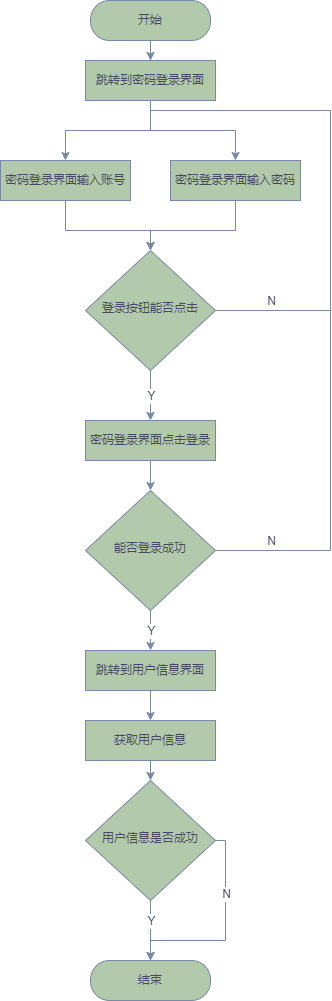
This is x9hp/人脸录入流程图.png from notigit/Image, a draw.io export, as it was before one commit. Source tidied: cells renumbered, new cells last; positions are measured from the earlier drawing's top-left corner, leaving out a move shared by most shapes.
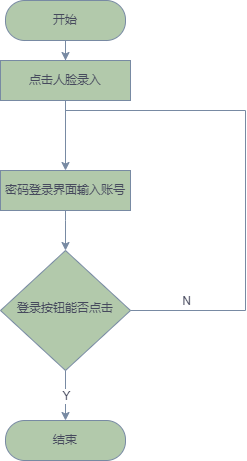
Above is the later version.

Commit message:
更新人脸录入流程图.png

Change to the diagram source:
```diff
@@ -5,9 +5,6 @@
     <mxCell id="2" style="rounded=0;html=1;jettySize=auto;fontSize=11;endArrow=classic;endFill=1;strokeWidth=1;shadow=0;labelBackgroundColor=none;edgeStyle=orthogonalEdgeStyle;strokeColor=#788AA3;fontColor=#46495D;entryX=0.5;entryY=0;entryDx=0;entryDy=0;exitX=0.5;exitY=1;exitDx=0;exitDy=0;" parent="1" edge="1" source="31" target="10">
       <mxGeometry relative="1" as="geometry" />
     </mxCell>
-    <mxCell id="3" style="edgeStyle=orthogonalEdgeStyle;rounded=0;jettySize=auto;html=1;entryX=0.5;entryY=0;entryDx=0;entryDy=0;fontColor=#46495D;startArrow=none;startFill=0;endArrow=classic;endFill=1;strokeColor=#788AA3;fillColor=#B2C9AB;exitX=0.5;exitY=1;exitDx=0;exitDy=0;" parent="1" edge="1" source="31" target="12">
-      <mxGeometry relative="1" as="geometry" />
-    </mxCell>
     <mxCell id="4" style="edgeStyle=orthogonalEdgeStyle;rounded=0;jettySize=auto;html=1;entryX=0.5;entryY=0;entryDx=0;entryDy=0;fontColor=#46495D;startArrow=none;startFill=0;endArrow=classic;endFill=1;strokeColor=#788AA3;fillColor=#B2C9AB;" parent="1" edge="1" source="5" target="31">
       <mxGeometry relative="1" as="geometry" />
     </mxCell>
@@ -17,55 +14,28 @@
     <mxCell id="6" value="登录按钮能否点击" style="rhombus;whiteSpace=wrap;html=1;shadow=0;fontFamily=Helvetica;fontSize=12;align=center;strokeWidth=1;spacing=6;spacingTop=-4;fillColor=#B2C9AB;strokeColor=#788AA3;fontColor=#46495D;rounded=0;" parent="1" vertex="1">
       <mxGeometry x="85" y="250" width="130" height="120" as="geometry" />
     </mxCell>
-    <mxCell id="7" style="edgeStyle=orthogonalEdgeStyle;rounded=0;jettySize=auto;html=1;fontColor=#46495D;startArrow=none;startFill=0;endArrow=none;endFill=0;strokeColor=#788AA3;fillColor=#B2C9AB;" parent="1" edge="1" source="8" target="26">
-      <mxGeometry relative="1" as="geometry" />
-    </mxCell>
     <mxCell id="8" value="结束" style="rounded=1;whiteSpace=wrap;html=1;fontSize=12;glass=0;strokeWidth=1;shadow=0;fillColor=#B2C9AB;strokeColor=#788AA3;fontColor=#46495D;arcSize=48;" parent="1" vertex="1">
-      <mxGeometry x="90" y="960" width="120" height="40" as="geometry" />
+      <mxGeometry x="90" y="420" width="120" height="40" as="geometry" />
     </mxCell>
     <mxCell id="9" style="edgeStyle=orthogonalEdgeStyle;rounded=0;jettySize=auto;html=1;fontColor=#46495D;startArrow=none;startFill=0;endArrow=classic;endFill=1;strokeColor=#788AA3;fillColor=#B2C9AB;exitX=0.5;exitY=1;exitDx=0;exitDy=0;entryX=0.5;entryY=0;entryDx=0;entryDy=0;" parent="1" edge="1" source="10" target="6">
       <mxGeometry relative="1" as="geometry">
         <Array as="points">
-          <mxPoint x="65" y="230" />
-          <mxPoint x="150" y="230" />
+          <mxPoint x="150" y="220" />
+          <mxPoint x="150" y="220" />
         </Array>
       </mxGeometry>
     </mxCell>
     <mxCell id="10" value="密码登录界面输入账号" style="rounded=0;whiteSpace=wrap;html=1;fontSize=12;glass=0;strokeWidth=1;shadow=0;fillColor=#B2C9AB;strokeColor=#788AA3;fontColor=#46495D;arcSize=0;" parent="1" vertex="1">
-      <mxGeometry y="160" width="130" height="40" as="geometry" />
+      <mxGeometry x="85" y="170" width="130" height="40" as="geometry" />
     </mxCell>
-    <mxCell id="11" style="edgeStyle=orthogonalEdgeStyle;rounded=0;jettySize=auto;html=1;entryX=0.5;entryY=0;entryDx=0;entryDy=0;fontColor=#46495D;startArrow=none;startFill=0;endArrow=classic;endFill=1;strokeColor=#788AA3;fillColor=#B2C9AB;exitX=0.5;exitY=1;exitDx=0;exitDy=0;" parent="1" edge="1" source="12" target="6">
-      <mxGeometry relative="1" as="geometry">
-        <Array as="points">
-          <mxPoint x="235" y="230" />
-          <mxPoint x="150" y="230" />
-        </Array>
-      </mxGeometry>
-    </mxCell>
-    <mxCell id="12" value="密码登录界面输入密码" style="rounded=0;whiteSpace=wrap;html=1;fontSize=12;glass=0;strokeWidth=1;shadow=0;fillColor=#B2C9AB;strokeColor=#788AA3;fontColor=#46495D;arcSize=0;" parent="1" vertex="1">
-      <mxGeometry x="170" y="160" width="130" height="40" as="geometry" />
-    </mxCell>
-    <mxCell id="13" style="edgeStyle=orthogonalEdgeStyle;rounded=0;jettySize=auto;html=1;fontColor=#46495D;startArrow=none;startFill=0;endArrow=classic;endFill=1;strokeColor=#788AA3;fillColor=#B2C9AB;entryX=0.5;entryY=0;entryDx=0;entryDy=0;exitX=0.5;exitY=1;exitDx=0;exitDy=0;" parent="1" edge="1" source="14" target="15">
-      <mxGeometry relative="1" as="geometry" />
-    </mxCell>
-    <mxCell id="14" value="密码登录界面点击登录" style="rounded=0;whiteSpace=wrap;html=1;fontSize=12;glass=0;strokeWidth=1;shadow=0;fillColor=#B2C9AB;strokeColor=#788AA3;fontColor=#46495D;arcSize=0;" parent="1" vertex="1">
-      <mxGeometry x="85" y="420" width="130" height="40" as="geometry" />
-    </mxCell>
-    <mxCell id="15" value="能否登录成功" style="rhombus;whiteSpace=wrap;html=1;shadow=0;fontFamily=Helvetica;fontSize=12;align=center;strokeWidth=1;spacing=6;spacingTop=-4;fillColor=#B2C9AB;strokeColor=#788AA3;fontColor=#46495D;rounded=0;" parent="1" vertex="1">
-      <mxGeometry x="85" y="490" width="130" height="120" as="geometry" />
-    </mxCell>
-    <mxCell id="16" style="endArrow=classic;html=1;rounded=0;fontColor=#46495D;strokeColor=#788AA3;fillColor=#B2C9AB;exitX=0.5;exitY=1;exitDx=0;exitDy=0;entryX=0.5;entryY=0;entryDx=0;entryDy=0;" parent="1" edge="1" source="6" target="14">
-      <mxGeometry relative="1" as="geometry" />
+    <mxCell id="16" style="endArrow=classic;html=1;rounded=0;fontColor=#46495D;strokeColor=#788AA3;fillColor=#B2C9AB;exitX=0.5;exitY=1;exitDx=0;exitDy=0;entryX=0.5;entryY=0;entryDx=0;entryDy=0;" parent="1" edge="1" source="6">
+      <mxGeometry relative="1" as="geometry">
+        <mxPoint x="150" y="420" as="targetPoint" />
+      </mxGeometry>
     </mxCell>
     <mxCell id="17" value="Y" style="edgeLabel;html=1;align=center;verticalAlign=middle;rounded=1;fontColor=#46495D;strokeColor=#788AA3;fillColor=#B2C9AB;" parent="16" vertex="1">
       <mxGeometry relative="1" as="geometry" />
     </mxCell>
-    <mxCell id="18" style="endArrow=classic;html=1;rounded=0;fontColor=#46495D;strokeColor=#788AA3;fillColor=#B2C9AB;exitX=0.5;exitY=1;exitDx=0;exitDy=0;entryX=0.5;entryY=0;entryDx=0;entryDy=0;" parent="1" edge="1" source="15" target="33">
-      <mxGeometry relative="1" as="geometry" />
-    </mxCell>
-    <mxCell id="19" value="Y" style="edgeLabel;html=1;align=center;verticalAlign=middle;rounded=1;fontColor=#46495D;strokeColor=#788AA3;fillColor=#B2C9AB;" parent="18" vertex="1">
-      <mxGeometry relative="1" as="geometry" />
-    </mxCell>
     <mxCell id="20" style="endArrow=none;html=1;rounded=0;fontColor=#46495D;strokeColor=#788AA3;fillColor=#B2C9AB;endFill=0;edgeStyle=orthogonalEdgeStyle;exitX=1;exitY=0.5;exitDx=0;exitDy=0;" parent="1" edge="1" source="6">
       <mxGeometry relative="1" as="geometry">
         <mxPoint x="150" y="120" as="targetPoint" />
@@ -81,60 +51,8 @@
         <mxPoint x="-60" y="128" as="offset" />
       </mxGeometry>
     </mxCell>
-    <mxCell id="22" style="endArrow=none;html=1;rounded=0;fontColor=#46495D;strokeColor=#788AA3;fillColor=#B2C9AB;exitX=1;exitY=0.5;exitDx=0;exitDy=0;endFill=0;edgeStyle=orthogonalEdgeStyle;" parent="1" edge="1" source="15">
-      <mxGeometry relative="1" as="geometry">
-        <mxPoint x="150" y="120" as="targetPoint" />
-        <Array as="points">
-          <mxPoint x="330" y="550" />
-          <mxPoint x="330" y="110" />
-          <mxPoint x="150" y="110" />
-        </Array>
-      </mxGeometry>
-    </mxCell>
-    <mxCell id="23" value="N" style="edgeLabel;html=1;align=center;verticalAlign=middle;rounded=1;fontColor=#46495D;strokeColor=#788AA3;fillColor=#B2C9AB;" parent="22" vertex="1">
-      <mxGeometry relative="1" as="geometry">
-        <mxPoint x="-60" y="248" as="offset" />
-      </mxGeometry>
-    </mxCell>
-    <mxCell id="24" style="edgeStyle=orthogonalEdgeStyle;rounded=0;jettySize=auto;html=1;exitX=0.5;exitY=1;exitDx=0;exitDy=0;entryX=0.5;entryY=0;entryDx=0;entryDy=0;fontColor=#46495D;startArrow=none;startFill=0;endArrow=classic;endFill=1;strokeColor=#788AA3;fillColor=#B2C9AB;" parent="1" edge="1" source="25" target="26">
-      <mxGeometry relative="1" as="geometry" />
-    </mxCell>
-    <mxCell id="25" value="获取用户信息" style="rounded=0;whiteSpace=wrap;html=1;fontSize=12;glass=0;strokeWidth=1;shadow=0;fillColor=#B2C9AB;strokeColor=#788AA3;fontColor=#46495D;arcSize=0;" parent="1" vertex="1">
-      <mxGeometry x="85" y="720" width="130" height="40" as="geometry" />
-    </mxCell>
-    <mxCell id="26" value="用户信息是否成功" style="rhombus;whiteSpace=wrap;html=1;shadow=0;fontFamily=Helvetica;fontSize=12;align=center;strokeWidth=1;spacing=6;spacingTop=-4;fillColor=#B2C9AB;strokeColor=#788AA3;fontColor=#46495D;rounded=0;" parent="1" vertex="1">
-      <mxGeometry x="85" y="780" width="130" height="120" as="geometry" />
-    </mxCell>
-    <mxCell id="27" style="endArrow=classic;html=1;rounded=0;fontColor=#46495D;strokeColor=#788AA3;fillColor=#B2C9AB;exitX=0.5;exitY=1;exitDx=0;exitDy=0;entryX=0.5;entryY=0;entryDx=0;entryDy=0;" parent="1" edge="1" source="26" target="8">
-      <mxGeometry relative="1" as="geometry" />
-    </mxCell>
-    <mxCell id="28" value="Y" style="edgeLabel;html=1;align=center;verticalAlign=middle;rounded=1;fontColor=#46495D;strokeColor=#788AA3;fillColor=#B2C9AB;" parent="27" vertex="1">
-      <mxGeometry relative="1" as="geometry">
-        <mxPoint y="-10" as="offset" />
-      </mxGeometry>
-    </mxCell>
-    <mxCell id="29" style="endArrow=classic;html=1;rounded=0;fontColor=#46495D;strokeColor=#788AA3;fillColor=#B2C9AB;exitX=1;exitY=0.5;exitDx=0;exitDy=0;edgeStyle=orthogonalEdgeStyle;entryX=0.5;entryY=0;entryDx=0;entryDy=0;" parent="1" edge="1" source="26" target="8">
-      <mxGeometry relative="1" as="geometry">
-        <Array as="points">
-          <mxPoint x="225" y="840" />
-          <mxPoint x="225" y="940" />
-          <mxPoint x="150" y="940" />
-        </Array>
-      </mxGeometry>
-    </mxCell>
-    <mxCell id="30" value="N" style="edgeLabel;html=1;align=center;verticalAlign=middle;rounded=1;fontColor=#46495D;strokeColor=#788AA3;fillColor=#B2C9AB;" parent="29" vertex="1">
-      <mxGeometry relative="1" as="geometry">
-        <mxPoint y="-40" as="offset" />
-      </mxGeometry>
-    </mxCell>
-    <mxCell id="31" value="跳转到密码登录界面" style="rounded=0;whiteSpace=wrap;html=1;fontSize=12;glass=0;strokeWidth=1;shadow=0;fillColor=#B2C9AB;strokeColor=#788AA3;fontColor=#46495D;arcSize=0;" parent="1" vertex="1">
+    <mxCell id="31" value="点击人脸录入" style="rounded=0;whiteSpace=wrap;html=1;fontSize=12;glass=0;strokeWidth=1;shadow=0;fillColor=#B2C9AB;strokeColor=#788AA3;fontColor=#46495D;arcSize=0;" parent="1" vertex="1">
       <mxGeometry x="85" y="60" width="130" height="40" as="geometry" />
     </mxCell>
-    <mxCell id="32" style="edgeStyle=orthogonalEdgeStyle;rounded=0;jettySize=auto;html=1;entryX=0.5;entryY=0;entryDx=0;entryDy=0;fontColor=#46495D;startArrow=none;startFill=0;endArrow=classic;endFill=1;strokeColor=#788AA3;fillColor=#B2C9AB;" parent="1" edge="1" source="33" target="25">
-      <mxGeometry relative="1" as="geometry" />
-    </mxCell>
-    <mxCell id="33" value="跳转到用户信息界面" style="rounded=0;whiteSpace=wrap;html=1;fontSize=12;glass=0;strokeWidth=1;shadow=0;fillColor=#B2C9AB;strokeColor=#788AA3;fontColor=#46495D;arcSize=0;" parent="1" vertex="1">
-      <mxGeometry x="85" y="650" width="130" height="40" as="geometry" />
-    </mxCell>
   </root>
 </mxGraphModel>
```
